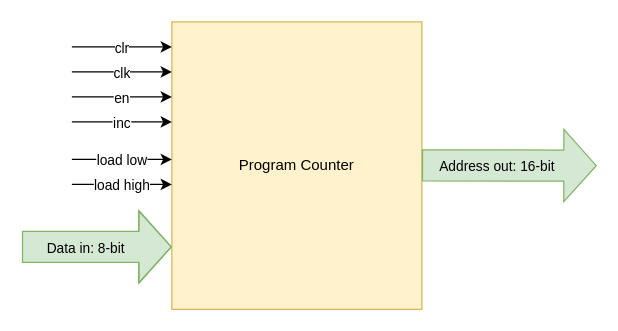
MaciejMikulski/CPU-1 keeps this draw.io diagram as page "Program Counter" (6 of 10) of CPU-1_Documentation/CPU-1_diagram.drawio. Above is the earlier version. Source tidied: cells renumbered, new cells numbered last; positions are measured from the earlier drawing's top-left corner, leaving out a move shared by most shapes. Both pictures are drawn from the tidied source at 125%, with x=0, y=0 at pixel (21, 21).
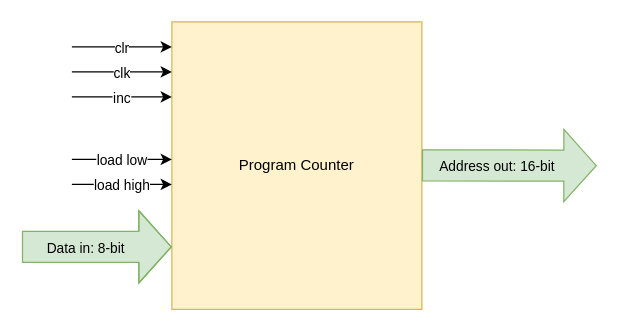
The same page after the edit.

Change to the diagram source:
```diff
@@
     <mxCell id="11" style="endArrow=classic;html=1;" parent="1" edge="1">
       <mxGeometry relative="1" as="geometry">
-        <mxPoint x="40" y="80" as="sourcePoint" />
-        <mxPoint x="120" y="80" as="targetPoint" />
+        <mxPoint x="40" y="60" as="sourcePoint" />
+        <mxPoint x="120" y="60" as="targetPoint" />
         <Array as="points">
-          <mxPoint x="80" y="80" />
+          <mxPoint x="80" y="60" />
         </Array>
       </mxGeometry>
     </mxCell>
@@
-    <mxCell id="13" style="endArrow=classic;html=1;" parent="1" edge="1">
-      <mxGeometry relative="1" as="geometry">
-        <mxPoint x="40" y="60" as="sourcePoint" />
-        <mxPoint x="120" y="60" as="targetPoint" />
-        <Array as="points">
-          <mxPoint x="80" y="60" />
-        </Array>
-      </mxGeometry>
-    </mxCell>
-    <mxCell id="14" value="en" style="edgeLabel;html=1;align=center;verticalAlign=middle;" parent="13" vertex="1">
-      <mxGeometry x="-0.14" y="-3" relative="1" as="geometry">
-        <mxPoint x="5.6" y="-3" as="offset" />
-      </mxGeometry>
-    </mxCell>
```
